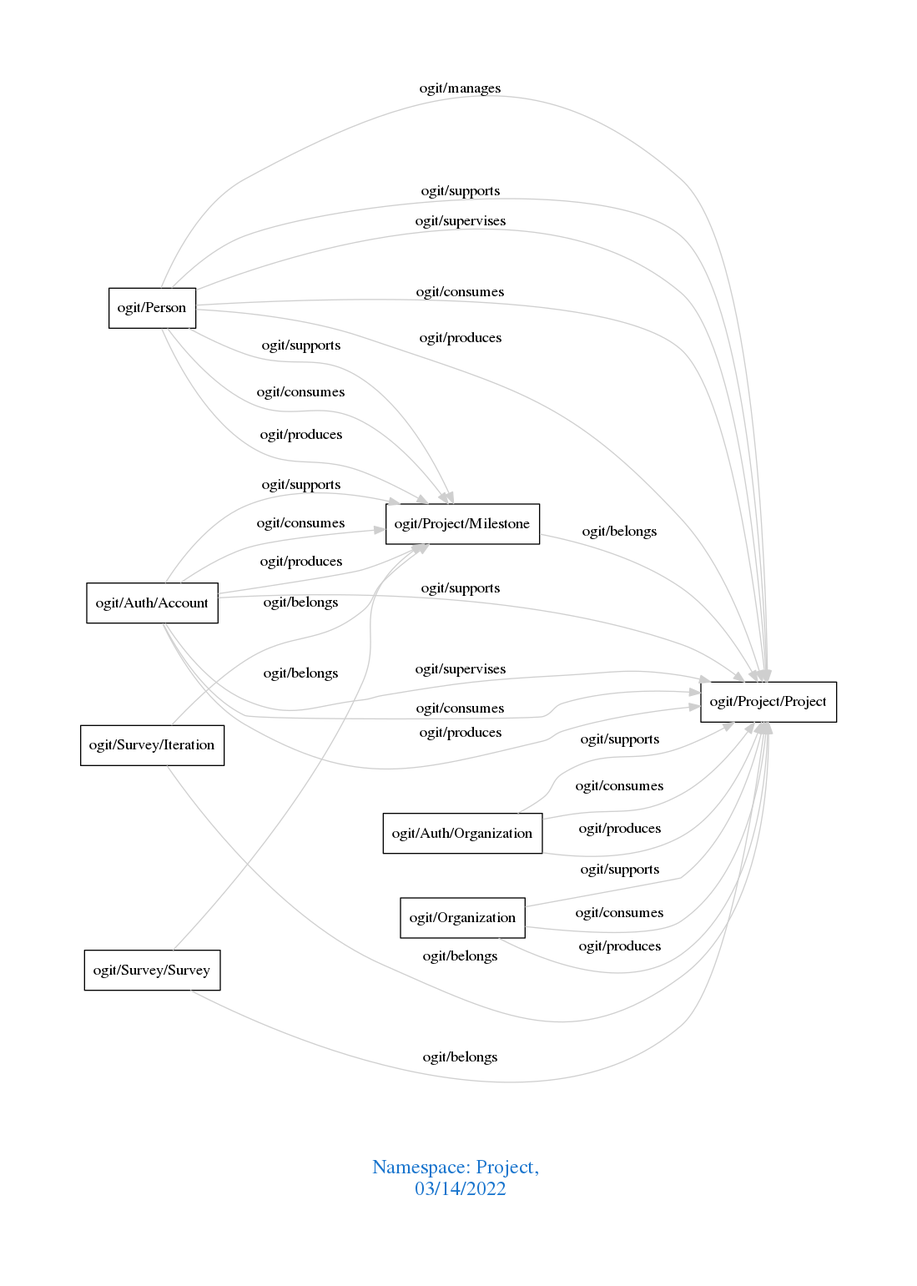
Before: downloads/Project.png, a diagram exported from Graphviz (arago/OGIT). Its source is kept beside it as downloads/Project.dot.
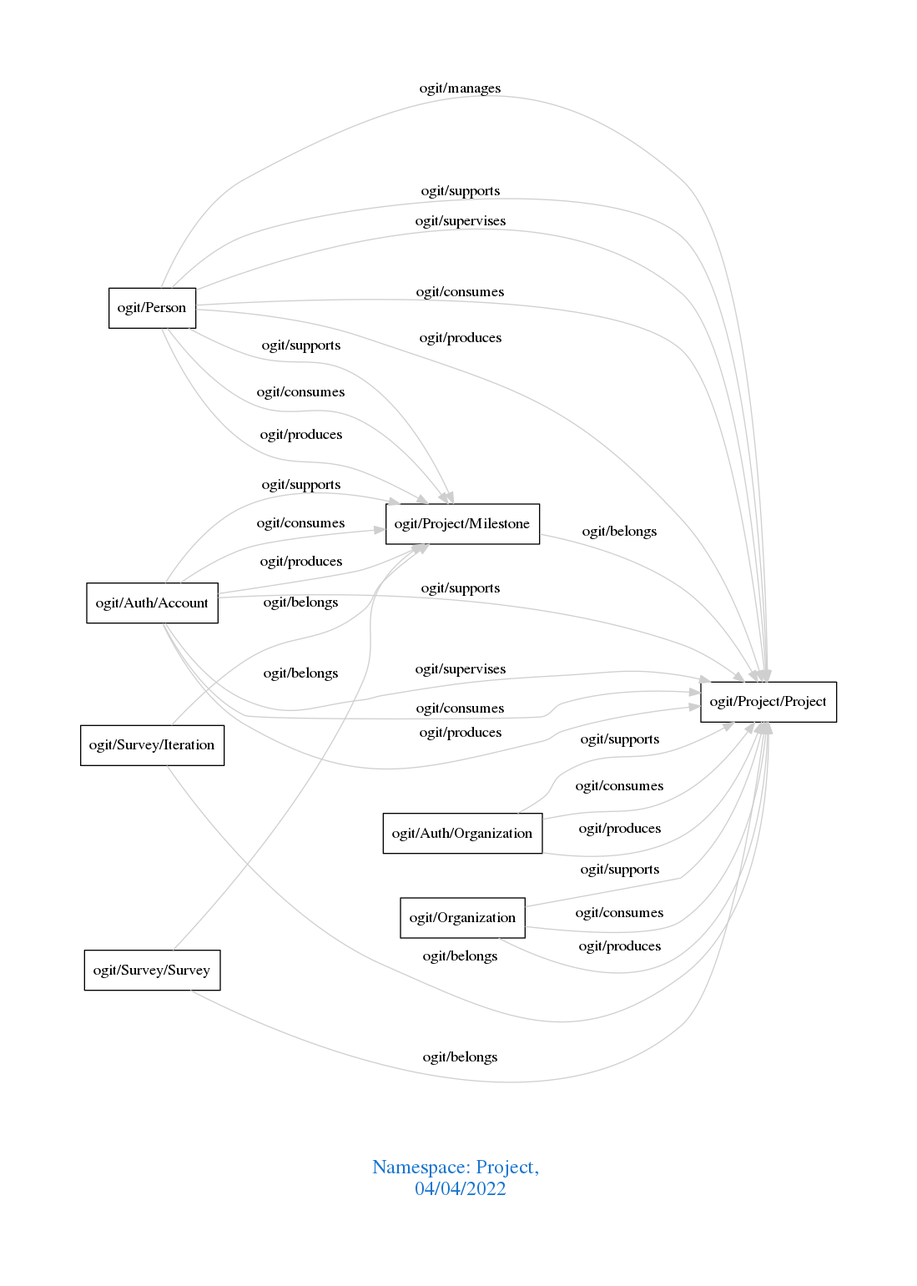
The same file after the commit.

Diff of the diagram source:
```diff
@@ -1,7 +1,7 @@
 digraph OGIT_ontology {
  graph [ rankdir= LR,pad=1
 fontsize = 18,
-fontcolor= dodgerblue3,label = "\n\n\nNamespace: Project, \n 03/14/2022"];
+fontcolor= dodgerblue3,label = "\n\n\nNamespace: Project, \n 04/04/2022"];
 node[shape=polygon];
 edge [  color="gray81"];
 
```
